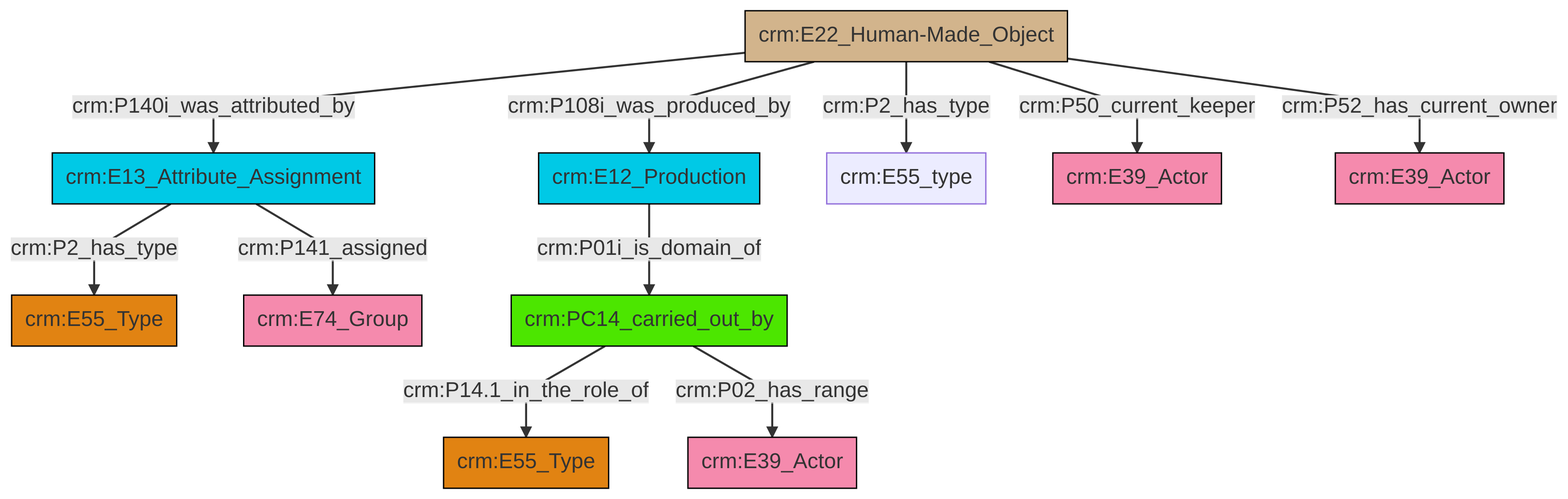
Earlier version of the Mermaid export et/artworkCSV/ttl/mmd/png/Artwork_Actor_Relations.png (swiss-art-research-net/reference-data-models). Its source is kept beside it as et/artworkCSV/ttl/mmd/Artwork_Actor_Relations.ttl.mmd.
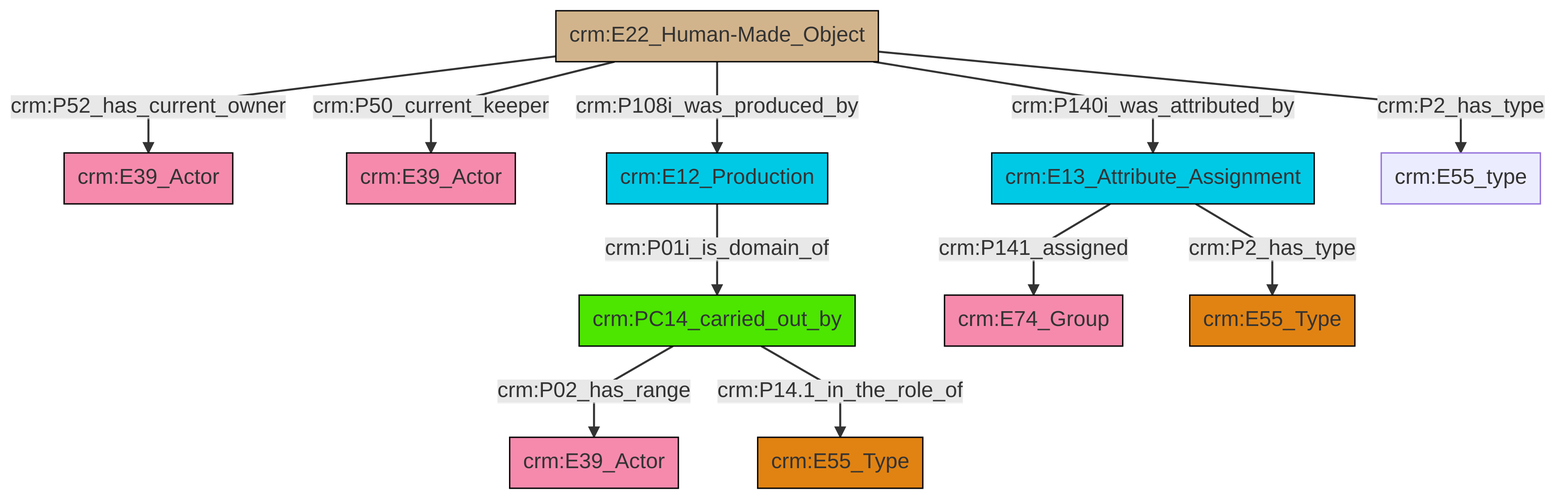
The same file after the commit.

Change to the diagram source:
```diff
@@ -13,13 +13,13 @@
 classDef PC_Classes fill:#4ce600, stroke:#000000;
 classDef Multi fill:#cccccc,stroke:#000000;
 
-8["crm:E13_Attribute_Assignment"]:::Temporal_Entity -->|crm:P2_has_type| 0["crm:E55_Type"]:::Type
-12["crm:E22_Human-Made_Object"]:::Physical_Thing -->|crm:P140i_was_attributed_by| 8["crm:E13_Attribute_Assignment"]:::Temporal_Entity
-12["crm:E22_Human-Made_Object"]:::Physical_Thing -->|crm:P2_has_type| 13["crm:E55_type"]:::Default
-14["crm:PC14_carried_out_by"]:::PC_Classes -->|crm:P14.1_in_the_role_of| 4["crm:E55_Type"]:::Type
-14["crm:PC14_carried_out_by"]:::PC_Classes -->|crm:P02_has_range| 9["crm:E39_Actor"]:::Actor
-2["crm:E12_Production"]:::Temporal_Entity -->|crm:P01i_is_domain_of| 14["crm:PC14_carried_out_by"]:::PC_Classes
-12["crm:E22_Human-Made_Object"]:::Physical_Thing -->|crm:P108i_was_produced_by| 2["crm:E12_Production"]:::Temporal_Entity
-12["crm:E22_Human-Made_Object"]:::Physical_Thing -->|crm:P50_current_keeper| 16["crm:E39_Actor"]:::Actor
-12["crm:E22_Human-Made_Object"]:::Physical_Thing -->|crm:P52_has_current_owner| 18["crm:E39_Actor"]:::Actor
-8["crm:E13_Attribute_Assignment"]:::Temporal_Entity -->|crm:P141_assigned| 6["crm:E74_Group"]:::Actor
+0["crm:PC14_carried_out_by"]:::PC_Classes -->|crm:P02_has_range| 1["crm:E39_Actor"]:::Actor
+2["crm:E22_Human-Made_Object"]:::Physical_Thing -->|crm:P52_has_current_owner| 3["crm:E39_Actor"]:::Actor
+12["crm:E12_Production"]:::Temporal_Entity -->|crm:P01i_is_domain_of| 0["crm:PC14_carried_out_by"]:::PC_Classes
+13["crm:E13_Attribute_Assignment"]:::Temporal_Entity -->|crm:P141_assigned| 6["crm:E74_Group"]:::Actor
+2["crm:E22_Human-Made_Object"]:::Physical_Thing -->|crm:P2_has_type| 16["crm:E55_type"]:::Default
+2["crm:E22_Human-Made_Object"]:::Physical_Thing -->|crm:P108i_was_produced_by| 12["crm:E12_Production"]:::Temporal_Entity
+2["crm:E22_Human-Made_Object"]:::Physical_Thing -->|crm:P140i_was_attributed_by| 13["crm:E13_Attribute_Assignment"]:::Temporal_Entity
+0["crm:PC14_carried_out_by"]:::PC_Classes -->|crm:P14.1_in_the_role_of| 14["crm:E55_Type"]:::Type
+2["crm:E22_Human-Made_Object"]:::Physical_Thing -->|crm:P50_current_keeper| 4["crm:E39_Actor"]:::Actor
+13["crm:E13_Attribute_Assignment"]:::Temporal_Entity -->|crm:P2_has_type| 10["crm:E55_Type"]:::Type
```
